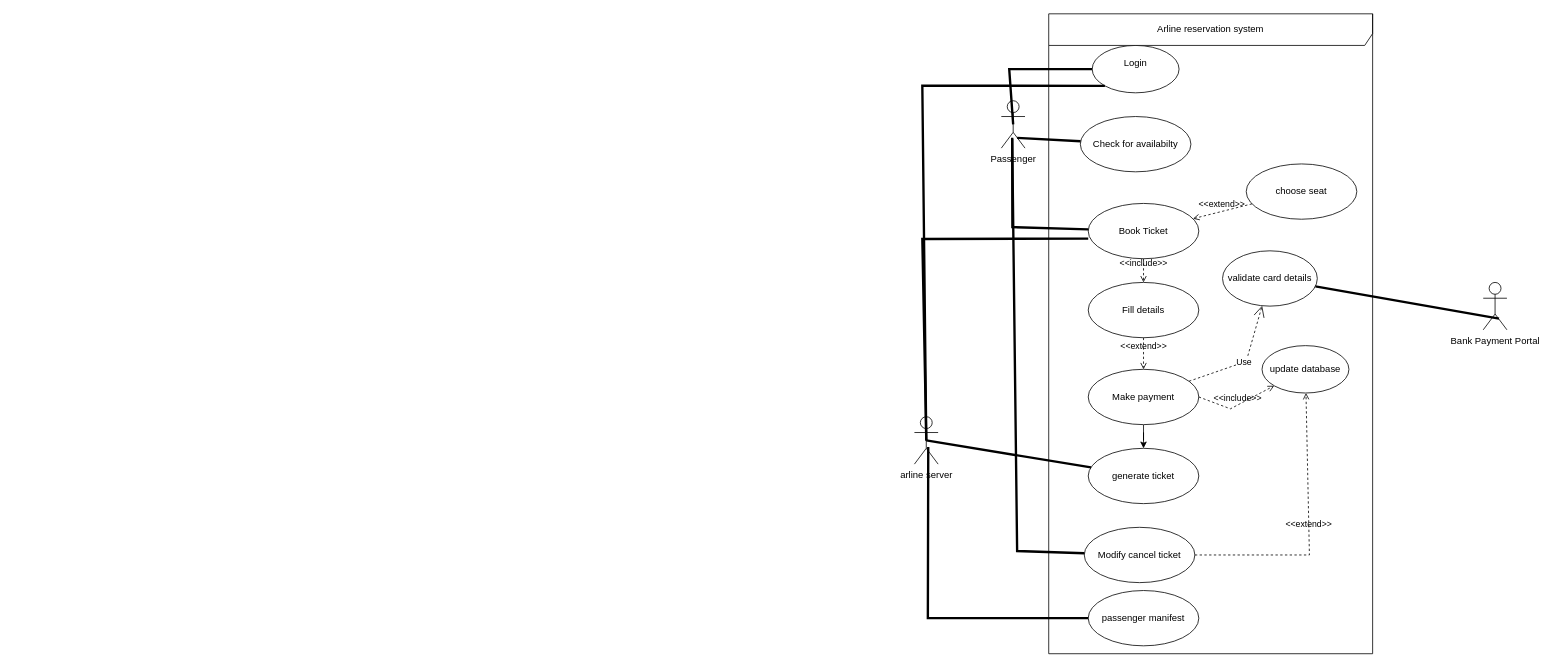
rohytsharma/diagrams_softwaredesign keeps this draw.io diagram as alldiagram.drawio. Above is the earlier version. Source tidied: cells renumbered, new cells numbered last; positions are measured from the earlier drawing's top-left corner, leaving out a move shared by most shapes. Both pictures are drawn from the tidied source at 79%, with x=0, y=0 at pixel (914, 13).
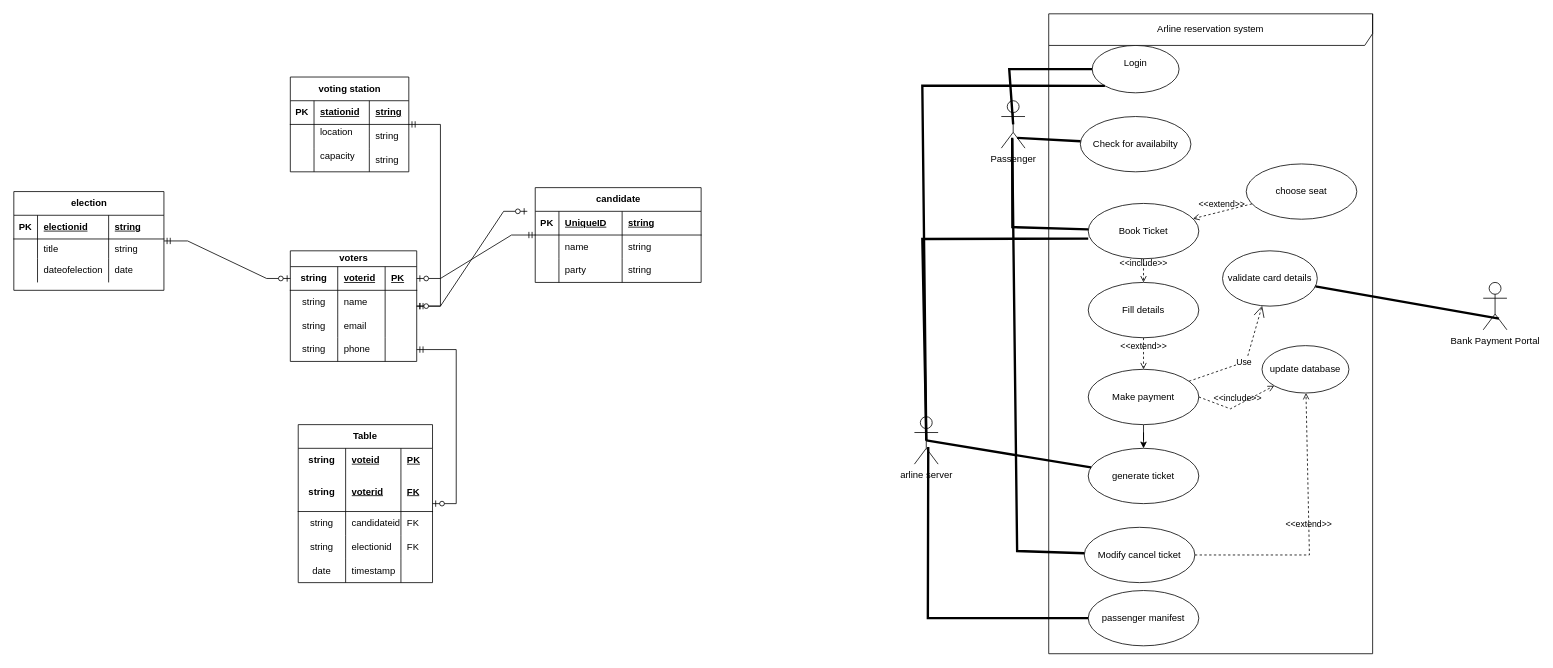
After the change.

Change to the diagram source:
```diff
@@
+    <mxCell id="33" value="voting station" style="shape=table;startSize=30;childLayout=tableLayout;rowLines=0;fontStyle=1;align=center;html=1;" parent="1" vertex="1">
+      <mxGeometry x="-790" y="80" width="150" height="120" as="geometry" />
+    </mxCell>
+    <mxCell id="34" style="shape=tableRow;horizontal=0;startSize=0;swimlaneHead=0;swimlaneBody=0;fillColor=none;top=0;left=0;right=0;bottom=1;" parent="33" vertex="1">
+      <mxGeometry y="30" width="150" height="30" as="geometry" />
+    </mxCell>
+    <mxCell id="35" value="PK" style="shape=partialRectangle;fillColor=none;top=0;left=0;bottom=0;right=0;fontStyle=1;overflow=hidden;whiteSpace=wrap;html=1;" parent="34" vertex="1">
+      <mxGeometry width="30" height="30" as="geometry" />
+    </mxCell>
+    <mxCell id="36" value="&lt;div&gt;stationid&lt;/div&gt;" style="shape=partialRectangle;fillColor=none;top=0;left=0;bottom=0;right=0;align=left;spacingLeft=6;fontStyle=5;overflow=hidden;whiteSpace=wrap;html=1;" parent="34" vertex="1">
+      <mxGeometry x="30" width="70" height="30" as="geometry" />
+    </mxCell>
+    <mxCell id="37" value="string" style="shape=partialRectangle;fillColor=none;top=0;left=0;bottom=0;right=0;align=left;spacingLeft=6;fontStyle=5;overflow=hidden;whiteSpace=wrap;html=1;" parent="34" vertex="1">
+      <mxGeometry x="100" width="50" height="30" as="geometry" />
+    </mxCell>
+    <mxCell id="38" style="shape=tableRow;horizontal=0;startSize=0;swimlaneHead=0;swimlaneBody=0;fillColor=none;top=0;left=0;right=0;bottom=0;" parent="33" vertex="1">
+      <mxGeometry y="60" width="150" height="30" as="geometry" />
+    </mxCell>
+    <mxCell id="39" style="shape=partialRectangle;fillColor=none;top=0;left=0;bottom=0;right=0;overflow=hidden;whiteSpace=wrap;html=1;" parent="38" vertex="1">
+      <mxGeometry width="30" height="30" as="geometry" />
+    </mxCell>
+    <mxCell id="40" value="location&lt;div&gt;&lt;br&gt;&lt;/div&gt;" style="shape=partialRectangle;fillColor=none;top=0;left=0;bottom=0;right=0;align=left;spacingLeft=6;overflow=hidden;whiteSpace=wrap;html=1;" parent="38" vertex="1">
+      <mxGeometry x="30" width="70" height="30" as="geometry" />
+    </mxCell>
+    <mxCell id="41" value="string" style="shape=partialRectangle;fillColor=none;top=0;left=0;bottom=0;right=0;align=left;spacingLeft=6;overflow=hidden;whiteSpace=wrap;html=1;" parent="38" vertex="1">
+      <mxGeometry x="100" width="50" height="30" as="geometry" />
+    </mxCell>
+    <mxCell id="42" style="shape=tableRow;horizontal=0;startSize=0;swimlaneHead=0;swimlaneBody=0;fillColor=none;top=0;left=0;right=0;bottom=0;" parent="33" vertex="1">
+      <mxGeometry y="90" width="150" height="30" as="geometry" />
+    </mxCell>
+    <mxCell id="43" style="shape=partialRectangle;fillColor=none;top=0;left=0;bottom=0;right=0;overflow=hidden;whiteSpace=wrap;html=1;" parent="42" vertex="1">
+      <mxGeometry width="30" height="30" as="geometry" />
+    </mxCell>
+    <mxCell id="44" value="capacity&lt;div&gt;&lt;br&gt;&lt;/div&gt;" style="shape=partialRectangle;fillColor=none;top=0;left=0;bottom=0;right=0;align=left;spacingLeft=6;overflow=hidden;whiteSpace=wrap;html=1;" parent="42" vertex="1">
+      <mxGeometry x="30" width="70" height="30" as="geometry" />
+    </mxCell>
+    <mxCell id="45" value="string" style="shape=partialRectangle;fillColor=none;top=0;left=0;bottom=0;right=0;align=left;spacingLeft=6;overflow=hidden;whiteSpace=wrap;html=1;" parent="42" vertex="1">
+      <mxGeometry x="100" width="50" height="30" as="geometry" />
+    </mxCell>
+    <mxCell id="46" value="voters" style="shape=table;startSize=20;childLayout=tableLayout;rowLines=0;fontStyle=1;align=center;html=1;" parent="1" vertex="1">
+      <mxGeometry x="-790" y="300" width="160" height="140" as="geometry" />
+    </mxCell>
+    <mxCell id="47" style="shape=tableRow;horizontal=0;startSize=0;swimlaneHead=0;swimlaneBody=0;fillColor=none;points=[[0,0.5],[1,0.5]];portConstraint=eastwest;top=0;left=0;right=0;bottom=1;" parent="46" vertex="1">
+      <mxGeometry y="20" width="160" height="30" as="geometry" />
+    </mxCell>
+    <mxCell id="48" value="string" style="shape=partialRectangle;fillColor=none;top=0;left=0;bottom=0;right=0;fontStyle=1;overflow=hidden;whiteSpace=wrap;html=1;" parent="47" vertex="1">
+      <mxGeometry width="60" height="30" as="geometry" />
+    </mxCell>
+    <mxCell id="49" value="voterid" style="shape=partialRectangle;fillColor=none;top=0;left=0;bottom=0;right=0;align=left;spacingLeft=6;fontStyle=5;overflow=hidden;whiteSpace=wrap;html=1;" parent="47" vertex="1">
+      <mxGeometry x="60" width="60" height="30" as="geometry" />
+    </mxCell>
+    <mxCell id="50" value="PK" style="shape=partialRectangle;fillColor=none;top=0;left=0;bottom=0;right=0;align=left;spacingLeft=6;fontStyle=5;overflow=hidden;whiteSpace=wrap;html=1;" parent="47" vertex="1">
+      <mxGeometry x="120" width="40" height="30" as="geometry" />
+    </mxCell>
+    <mxCell id="51" style="shape=tableRow;horizontal=0;startSize=0;swimlaneHead=0;swimlaneBody=0;fillColor=none;top=0;left=0;right=0;bottom=0;" parent="46" vertex="1">
+      <mxGeometry y="50" width="160" height="30" as="geometry" />
+    </mxCell>
+    <mxCell id="52" value="string" style="shape=partialRectangle;fillColor=none;top=0;left=0;bottom=0;right=0;overflow=hidden;whiteSpace=wrap;html=1;" parent="51" vertex="1">
+      <mxGeometry width="60" height="30" as="geometry" />
+    </mxCell>
+    <mxCell id="53" value="name" style="shape=partialRectangle;fillColor=none;top=0;left=0;bottom=0;right=0;align=left;spacingLeft=6;overflow=hidden;whiteSpace=wrap;html=1;" parent="51" vertex="1">
+      <mxGeometry x="60" width="60" height="30" as="geometry" />
+    </mxCell>
+    <mxCell id="54" style="shape=partialRectangle;fillColor=none;top=0;left=0;bottom=0;right=0;align=left;spacingLeft=6;overflow=hidden;whiteSpace=wrap;html=1;" parent="51" vertex="1">
+      <mxGeometry x="120" width="40" height="30" as="geometry" />
+    </mxCell>
+    <mxCell id="55" style="shape=tableRow;horizontal=0;startSize=0;swimlaneHead=0;swimlaneBody=0;fillColor=none;top=0;left=0;right=0;bottom=0;" parent="46" vertex="1">
+      <mxGeometry y="80" width="160" height="30" as="geometry" />
+    </mxCell>
+    <mxCell id="56" value="string" style="shape=partialRectangle;fillColor=none;top=0;left=0;bottom=0;right=0;overflow=hidden;whiteSpace=wrap;html=1;" parent="55" vertex="1">
+      <mxGeometry width="60" height="30" as="geometry" />
+    </mxCell>
+    <mxCell id="57" value="email" style="shape=partialRectangle;fillColor=none;top=0;left=0;bottom=0;right=0;align=left;spacingLeft=6;overflow=hidden;whiteSpace=wrap;html=1;" parent="55" vertex="1">
+      <mxGeometry x="60" width="60" height="30" as="geometry" />
+    </mxCell>
+    <mxCell id="58" style="shape=partialRectangle;fillColor=none;top=0;left=0;bottom=0;right=0;align=left;spacingLeft=6;overflow=hidden;whiteSpace=wrap;html=1;" parent="55" vertex="1">
+      <mxGeometry x="120" width="40" height="30" as="geometry" />
+    </mxCell>
+    <mxCell id="59" style="shape=tableRow;horizontal=0;startSize=0;swimlaneHead=0;swimlaneBody=0;fillColor=none;points=[[0,0.5],[1,0.5]];portConstraint=eastwest;top=0;left=0;right=0;bottom=0;" parent="46" vertex="1">
+      <mxGeometry y="110" width="160" height="30" as="geometry" />
+    </mxCell>
+    <mxCell id="60" value="string" style="shape=partialRectangle;fillColor=none;top=0;left=0;bottom=0;right=0;overflow=hidden;whiteSpace=wrap;html=1;" parent="59" vertex="1">
+      <mxGeometry width="60" height="30" as="geometry" />
+    </mxCell>
+    <mxCell id="61" value="phone" style="shape=partialRectangle;fillColor=none;top=0;left=0;bottom=0;right=0;align=left;spacingLeft=6;overflow=hidden;whiteSpace=wrap;html=1;" parent="59" vertex="1">
+      <mxGeometry x="60" width="60" height="30" as="geometry" />
+    </mxCell>
+    <mxCell id="62" style="shape=partialRectangle;fillColor=none;top=0;left=0;bottom=0;right=0;align=left;spacingLeft=6;overflow=hidden;whiteSpace=wrap;html=1;" parent="59" vertex="1">
+      <mxGeometry x="120" width="40" height="30" as="geometry" />
+    </mxCell>
+    <mxCell id="63" style="edgeStyle=entityRelationEdgeStyle;fontSize=12;html=1;endArrow=ERzeroToOne;startArrow=ERmandOne;rounded=0;" parent="1" edge="1" source="46">
+      <mxGeometry relative="1" as="geometry">
+        <mxPoint x="-490" y="250" as="targetPoint" />
+      </mxGeometry>
+    </mxCell>
+    <mxCell id="64" style="edgeStyle=entityRelationEdgeStyle;fontSize=12;html=1;endArrow=ERzeroToOne;startArrow=ERmandOne;rounded=0;" parent="1" edge="1" source="59" target="65">
+      <mxGeometry relative="1" as="geometry" />
+    </mxCell>
+    <mxCell id="65" value="Table" style="shape=table;startSize=30;childLayout=tableLayout;rowLines=0;fontStyle=1;align=center;html=1;whiteSpace=wrap;" parent="1" vertex="1">
+      <mxGeometry x="-780" y="520" width="170" height="200" as="geometry" />
+    </mxCell>
+    <mxCell id="66" style="shape=tableRow;horizontal=0;startSize=0;swimlaneHead=0;swimlaneBody=0;fillColor=none;top=0;left=0;right=0;bottom=0;html=1;" parent="65" vertex="1">
+      <mxGeometry y="30" width="170" height="30" as="geometry" />
+    </mxCell>
+    <mxCell id="67" value="string" style="shape=partialRectangle;fillColor=none;top=0;left=0;bottom=0;right=0;fontStyle=1;overflow=hidden;html=1;whiteSpace=wrap;" parent="66" vertex="1">
+      <mxGeometry width="60" height="30" as="geometry" />
+    </mxCell>
+    <mxCell id="68" value="voteid" style="shape=partialRectangle;fillColor=none;top=0;left=0;bottom=0;right=0;align=left;spacingLeft=6;fontStyle=5;overflow=hidden;html=1;whiteSpace=wrap;" parent="66" vertex="1">
+      <mxGeometry x="60" width="70" height="30" as="geometry" />
+    </mxCell>
+    <mxCell id="69" value="&lt;div style=&quot;text-align: center;&quot;&gt;&lt;span style=&quot;background-color: transparent; color: light-dark(rgb(0, 0, 0), rgb(255, 255, 255));&quot;&gt;PK&lt;/span&gt;&lt;/div&gt;" style="shape=partialRectangle;fillColor=none;top=0;left=0;bottom=0;right=0;align=left;spacingLeft=6;fontStyle=5;overflow=hidden;html=1;whiteSpace=wrap;" parent="66" vertex="1">
+      <mxGeometry x="130" width="40" height="30" as="geometry" />
+    </mxCell>
+    <mxCell id="70" style="shape=tableRow;horizontal=0;startSize=0;swimlaneHead=0;swimlaneBody=0;fillColor=none;top=0;left=0;right=0;bottom=1;html=1;" parent="65" vertex="1">
+      <mxGeometry y="60" width="170" height="50" as="geometry" />
+    </mxCell>
+    <mxCell id="71" value="string" style="shape=partialRectangle;fillColor=none;top=0;left=0;bottom=0;right=0;fontStyle=1;overflow=hidden;html=1;whiteSpace=wrap;" parent="70" vertex="1">
+      <mxGeometry width="60" height="50" as="geometry" />
+    </mxCell>
+    <mxCell id="72" value="voterid" style="shape=partialRectangle;fillColor=none;top=0;left=0;bottom=0;right=0;align=left;spacingLeft=6;fontStyle=5;overflow=hidden;html=1;whiteSpace=wrap;" parent="70" vertex="1">
+      <mxGeometry x="60" width="70" height="50" as="geometry" />
+    </mxCell>
+    <mxCell id="73" value="FK" style="shape=partialRectangle;fillColor=none;top=0;left=0;bottom=0;right=0;align=left;spacingLeft=6;fontStyle=5;overflow=hidden;html=1;whiteSpace=wrap;" parent="70" vertex="1">
+      <mxGeometry x="130" width="40" height="50" as="geometry" />
+    </mxCell>
+    <mxCell id="74" style="shape=tableRow;horizontal=0;startSize=0;swimlaneHead=0;swimlaneBody=0;fillColor=none;top=0;left=0;right=0;bottom=0;html=1;" parent="65" vertex="1">
+      <mxGeometry y="110" width="170" height="30" as="geometry" />
+    </mxCell>
+    <mxCell id="75" value="string" style="shape=partialRectangle;fillColor=none;top=0;left=0;bottom=0;right=0;overflow=hidden;html=1;whiteSpace=wrap;" parent="74" vertex="1">
+      <mxGeometry width="60" height="30" as="geometry" />
+    </mxCell>
+    <mxCell id="76" value="candidateid" style="shape=partialRectangle;fillColor=none;top=0;left=0;bottom=0;right=0;align=left;spacingLeft=6;overflow=hidden;html=1;whiteSpace=wrap;" parent="74" vertex="1">
+      <mxGeometry x="60" width="70" height="30" as="geometry" />
+    </mxCell>
+    <mxCell id="77" value="FK" style="shape=partialRectangle;fillColor=none;top=0;left=0;bottom=0;right=0;align=left;spacingLeft=6;overflow=hidden;html=1;whiteSpace=wrap;" parent="74" vertex="1">
+      <mxGeometry x="130" width="40" height="30" as="geometry" />
+    </mxCell>
+    <mxCell id="78" style="shape=tableRow;horizontal=0;startSize=0;swimlaneHead=0;swimlaneBody=0;fillColor=none;top=0;left=0;right=0;bottom=0;html=1;" parent="65" vertex="1">
+      <mxGeometry y="140" width="170" height="30" as="geometry" />
+    </mxCell>
+    <mxCell id="79" value="string" style="shape=partialRectangle;fillColor=none;top=0;left=0;bottom=0;right=0;overflow=hidden;html=1;whiteSpace=wrap;" parent="78" vertex="1">
+      <mxGeometry width="60" height="30" as="geometry" />
+    </mxCell>
+    <mxCell id="80" value="electionid" style="shape=partialRectangle;fillColor=none;top=0;left=0;bottom=0;right=0;align=left;spacingLeft=6;overflow=hidden;html=1;whiteSpace=wrap;" parent="78" vertex="1">
+      <mxGeometry x="60" width="70" height="30" as="geometry" />
+    </mxCell>
+    <mxCell id="81" value="FK" style="shape=partialRectangle;fillColor=none;top=0;left=0;bottom=0;right=0;align=left;spacingLeft=6;overflow=hidden;html=1;whiteSpace=wrap;" parent="78" vertex="1">
+      <mxGeometry x="130" width="40" height="30" as="geometry" />
+    </mxCell>
+    <mxCell id="82" style="shape=tableRow;horizontal=0;startSize=0;swimlaneHead=0;swimlaneBody=0;fillColor=none;top=0;left=0;right=0;bottom=0;html=1;" parent="65" vertex="1">
+      <mxGeometry y="170" width="170" height="30" as="geometry" />
+    </mxCell>
+    <mxCell id="83" value="date" style="shape=partialRectangle;fillColor=none;top=0;left=0;bottom=0;right=0;overflow=hidden;html=1;whiteSpace=wrap;" parent="82" vertex="1">
+      <mxGeometry width="60" height="30" as="geometry" />
+    </mxCell>
+    <mxCell id="84" value="timestamp" style="shape=partialRectangle;fillColor=none;top=0;left=0;bottom=0;right=0;align=left;spacingLeft=6;overflow=hidden;html=1;whiteSpace=wrap;" parent="82" vertex="1">
+      <mxGeometry x="60" width="70" height="30" as="geometry" />
+    </mxCell>
+    <mxCell id="85" style="shape=partialRectangle;fillColor=none;top=0;left=0;bottom=0;right=0;align=left;spacingLeft=6;overflow=hidden;html=1;whiteSpace=wrap;" parent="82" vertex="1">
+      <mxGeometry x="130" width="40" height="30" as="geometry" />
+    </mxCell>
+    <mxCell id="86" value="election" style="shape=table;startSize=30;childLayout=tableLayout;rowLines=0;fontStyle=1;align=center;html=1;" parent="1" vertex="1">
+      <mxGeometry x="-1140" y="225" width="190" height="125" as="geometry" />
+    </mxCell>
+    <mxCell id="87" style="shape=tableRow;horizontal=0;startSize=0;swimlaneHead=0;swimlaneBody=0;fillColor=none;top=0;left=0;right=0;bottom=1;" parent="86" vertex="1">
+      <mxGeometry y="30" width="190" height="30" as="geometry" />
+    </mxCell>
+    <mxCell id="88" value="PK" style="shape=partialRectangle;fillColor=none;top=0;left=0;bottom=0;right=0;fontStyle=1;overflow=hidden;whiteSpace=wrap;html=1;" parent="87" vertex="1">
+      <mxGeometry width="30" height="30" as="geometry" />
+    </mxCell>
+    <mxCell id="89" value="electionid" style="shape=partialRectangle;fillColor=none;top=0;left=0;bottom=0;right=0;align=left;spacingLeft=6;fontStyle=5;overflow=hidden;whiteSpace=wrap;html=1;" parent="87" vertex="1">
+      <mxGeometry x="30" width="90" height="30" as="geometry" />
+    </mxCell>
+    <mxCell id="90" value="string" style="shape=partialRectangle;fillColor=none;top=0;left=0;bottom=0;right=0;align=left;spacingLeft=6;fontStyle=5;overflow=hidden;whiteSpace=wrap;html=1;" parent="87" vertex="1">
+      <mxGeometry x="120" width="70" height="30" as="geometry" />
+    </mxCell>
+    <mxCell id="91" style="shape=tableRow;horizontal=0;startSize=0;swimlaneHead=0;swimlaneBody=0;fillColor=none;top=0;left=0;right=0;bottom=0;" parent="86" vertex="1">
+      <mxGeometry y="60" width="190" height="25" as="geometry" />
+    </mxCell>
+    <mxCell id="92" style="shape=partialRectangle;fillColor=none;top=0;left=0;bottom=0;right=0;overflow=hidden;whiteSpace=wrap;html=1;" parent="91" vertex="1">
+      <mxGeometry width="30" height="25" as="geometry" />
+    </mxCell>
+    <mxCell id="93" value="title" style="shape=partialRectangle;fillColor=none;top=0;left=0;bottom=0;right=0;align=left;spacingLeft=6;overflow=hidden;whiteSpace=wrap;html=1;" parent="91" vertex="1">
+      <mxGeometry x="30" width="90" height="25" as="geometry" />
+    </mxCell>
+    <mxCell id="94" value="string" style="shape=partialRectangle;fillColor=none;top=0;left=0;bottom=0;right=0;align=left;spacingLeft=6;overflow=hidden;whiteSpace=wrap;html=1;" parent="91" vertex="1">
+      <mxGeometry x="120" width="70" height="25" as="geometry" />
+    </mxCell>
+    <mxCell id="95" style="shape=tableRow;horizontal=0;startSize=0;swimlaneHead=0;swimlaneBody=0;fillColor=none;top=0;left=0;right=0;bottom=0;" parent="86" vertex="1">
+      <mxGeometry y="85" width="190" height="30" as="geometry" />
+    </mxCell>
+    <mxCell id="96" style="shape=partialRectangle;fillColor=none;top=0;left=0;bottom=0;right=0;overflow=hidden;whiteSpace=wrap;html=1;" parent="95" vertex="1">
+      <mxGeometry width="30" height="30" as="geometry" />
+    </mxCell>
+    <mxCell id="97" value="dateofelection" style="shape=partialRectangle;fillColor=none;top=0;left=0;bottom=0;right=0;align=left;spacingLeft=6;overflow=hidden;whiteSpace=wrap;html=1;" parent="95" vertex="1">
+      <mxGeometry x="30" width="90" height="30" as="geometry" />
+    </mxCell>
+    <mxCell id="98" value="date" style="shape=partialRectangle;fillColor=none;top=0;left=0;bottom=0;right=0;align=left;spacingLeft=6;overflow=hidden;whiteSpace=wrap;html=1;" parent="95" vertex="1">
+      <mxGeometry x="120" width="70" height="30" as="geometry" />
+    </mxCell>
+    <mxCell id="99" value="candidate" style="shape=table;startSize=30;childLayout=tableLayout;rowLines=0;fontStyle=1;align=center;html=1;" parent="1" vertex="1">
+      <mxGeometry x="-480" y="220" width="210" height="120" as="geometry" />
+    </mxCell>
+    <mxCell id="100" style="shape=tableRow;horizontal=0;startSize=0;swimlaneHead=0;swimlaneBody=0;fillColor=none;top=0;left=0;right=0;bottom=1;" parent="99" vertex="1">
+      <mxGeometry y="30" width="210" height="30" as="geometry" />
+    </mxCell>
+    <mxCell id="101" value="PK" style="shape=partialRectangle;fillColor=none;top=0;left=0;bottom=0;right=0;fontStyle=1;overflow=hidden;whiteSpace=wrap;html=1;" parent="100" vertex="1">
+      <mxGeometry width="30" height="30" as="geometry" />
+    </mxCell>
+    <mxCell id="102" value="UniqueID" style="shape=partialRectangle;fillColor=none;top=0;left=0;bottom=0;right=0;align=left;spacingLeft=6;fontStyle=5;overflow=hidden;whiteSpace=wrap;html=1;" parent="100" vertex="1">
+      <mxGeometry x="30" width="80" height="30" as="geometry" />
+    </mxCell>
+    <mxCell id="103" value="string" style="shape=partialRectangle;fillColor=none;top=0;left=0;bottom=0;right=0;align=left;spacingLeft=6;fontStyle=5;overflow=hidden;whiteSpace=wrap;html=1;" parent="100" vertex="1">
+      <mxGeometry x="110" width="100" height="30" as="geometry" />
+    </mxCell>
+    <mxCell id="104" style="shape=tableRow;horizontal=0;startSize=0;swimlaneHead=0;swimlaneBody=0;fillColor=none;top=0;left=0;right=0;bottom=0;" parent="99" vertex="1">
+      <mxGeometry y="60" width="210" height="30" as="geometry" />
+    </mxCell>
+    <mxCell id="105" style="shape=partialRectangle;fillColor=none;top=0;left=0;bottom=0;right=0;overflow=hidden;whiteSpace=wrap;html=1;" parent="104" vertex="1">
+      <mxGeometry width="30" height="30" as="geometry" />
+    </mxCell>
+    <mxCell id="106" value="name" style="shape=partialRectangle;fillColor=none;top=0;left=0;bottom=0;right=0;align=left;spacingLeft=6;overflow=hidden;whiteSpace=wrap;html=1;" parent="104" vertex="1">
+      <mxGeometry x="30" width="80" height="30" as="geometry" />
+    </mxCell>
+    <mxCell id="107" value="string" style="shape=partialRectangle;fillColor=none;top=0;left=0;bottom=0;right=0;align=left;spacingLeft=6;overflow=hidden;whiteSpace=wrap;html=1;" parent="104" vertex="1">
+      <mxGeometry x="110" width="100" height="30" as="geometry" />
+    </mxCell>
+    <mxCell id="108" style="shape=tableRow;horizontal=0;startSize=0;swimlaneHead=0;swimlaneBody=0;fillColor=none;top=0;left=0;right=0;bottom=0;" parent="99" vertex="1">
+      <mxGeometry y="90" width="210" height="30" as="geometry" />
+    </mxCell>
+    <mxCell id="109" style="shape=partialRectangle;fillColor=none;top=0;left=0;bottom=0;right=0;overflow=hidden;whiteSpace=wrap;html=1;" parent="108" vertex="1">
+      <mxGeometry width="30" height="30" as="geometry" />
+    </mxCell>
+    <mxCell id="110" value="party" style="shape=partialRectangle;fillColor=none;top=0;left=0;bottom=0;right=0;align=left;spacingLeft=6;overflow=hidden;whiteSpace=wrap;html=1;" parent="108" vertex="1">
+      <mxGeometry x="30" width="80" height="30" as="geometry" />
+    </mxCell>
+    <mxCell id="111" value="string" style="shape=partialRectangle;fillColor=none;top=0;left=0;bottom=0;right=0;align=left;spacingLeft=6;overflow=hidden;whiteSpace=wrap;html=1;" parent="108" vertex="1">
+      <mxGeometry x="110" width="100" height="30" as="geometry" />
+    </mxCell>
+    <mxCell id="112" style="edgeStyle=entityRelationEdgeStyle;fontSize=12;html=1;endArrow=ERzeroToOne;startArrow=ERmandOne;rounded=0;" parent="1" edge="1" source="99" target="47">
+      <mxGeometry relative="1" as="geometry" />
+    </mxCell>
+    <mxCell id="113" style="edgeStyle=entityRelationEdgeStyle;fontSize=12;html=1;endArrow=ERzeroToOne;startArrow=ERmandOne;rounded=0;entryX=0;entryY=0.5;entryDx=0;entryDy=0;" parent="1" edge="1" source="86" target="47">
+      <mxGeometry relative="1" as="geometry" />
+    </mxCell>
+    <mxCell id="114" style="edgeStyle=entityRelationEdgeStyle;fontSize=12;html=1;endArrow=ERzeroToOne;startArrow=ERmandOne;rounded=0;" parent="1" edge="1" source="33" target="46">
+      <mxGeometry relative="1" as="geometry" />
+    </mxCell>
```
